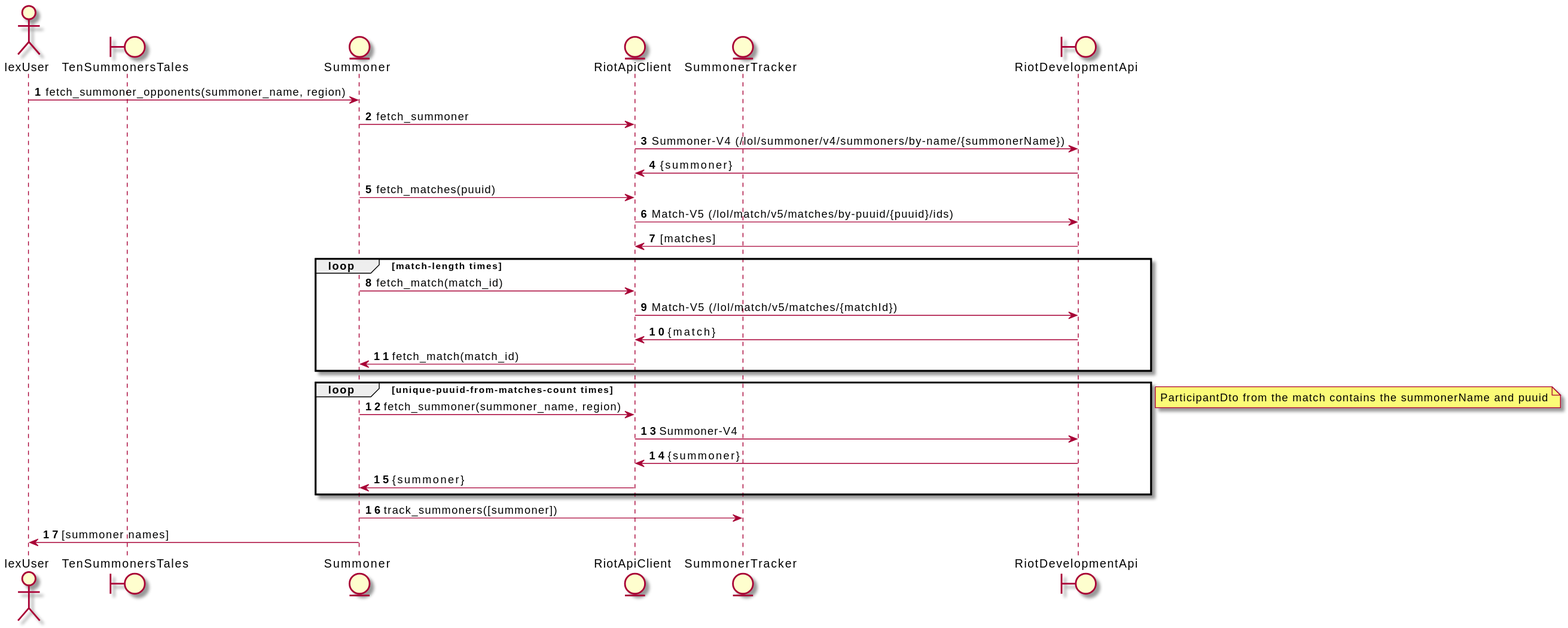
ciroque/ten_summoners_tales keeps this PlantUML diagram as docs/summoner_lookup_sequence.svg. Above is the earlier version. Its diagram source:
```plantuml
@startuml

autonumber

actor IexUser
boundary TenSummonersTales
entity Summoner
entity RiotApiClient
entity SummonerTracker
boundary RiotDevelopmentApi

IexUser -> Summoner : fetch_summoner_opponents(summoner_name, region)
Summoner -> RiotApiClient : fetch_summoner
RiotApiClient -> RiotDevelopmentApi : Summoner-V4 (/lol/summoner/v4/summoners/by-name/{summonerName})
RiotApiClient <- RiotDevelopmentApi : {summoner}
Summoner -> RiotApiClient : fetch_matches(puuid)
RiotApiClient -> RiotDevelopmentApi : Match-V5 (/lol/match/v5/matches/by-puuid/{puuid}/ids)
RiotApiClient <- RiotDevelopmentApi : [matches]

loop match-length times
  Summoner -> RiotApiClient : fetch_match(match_id)
  RiotApiClient -> RiotDevelopmentApi : Match-V5 (/lol/match/v5/matches/{matchId})
  RiotApiClient <- RiotDevelopmentApi : {match}
  Summoner <- RiotApiClient : fetch_match(match_id)
end

loop unique-puuid-from-matches-count times
  Summoner -> RiotApiClient : fetch_summoner(summoner_name, region)
  RiotApiClient -> RiotDevelopmentApi : Summoner-V4
  RiotApiClient <- RiotDevelopmentApi : {summoner}
  Summoner <- RiotApiClient : {summoner}
end
note left : ParticipantDto from the match contains the summonerName and puuid

Summoner -> SummonerTracker : track_summoners([summoner])

IexUser <- Summoner : [summoner names]

@enduml
```
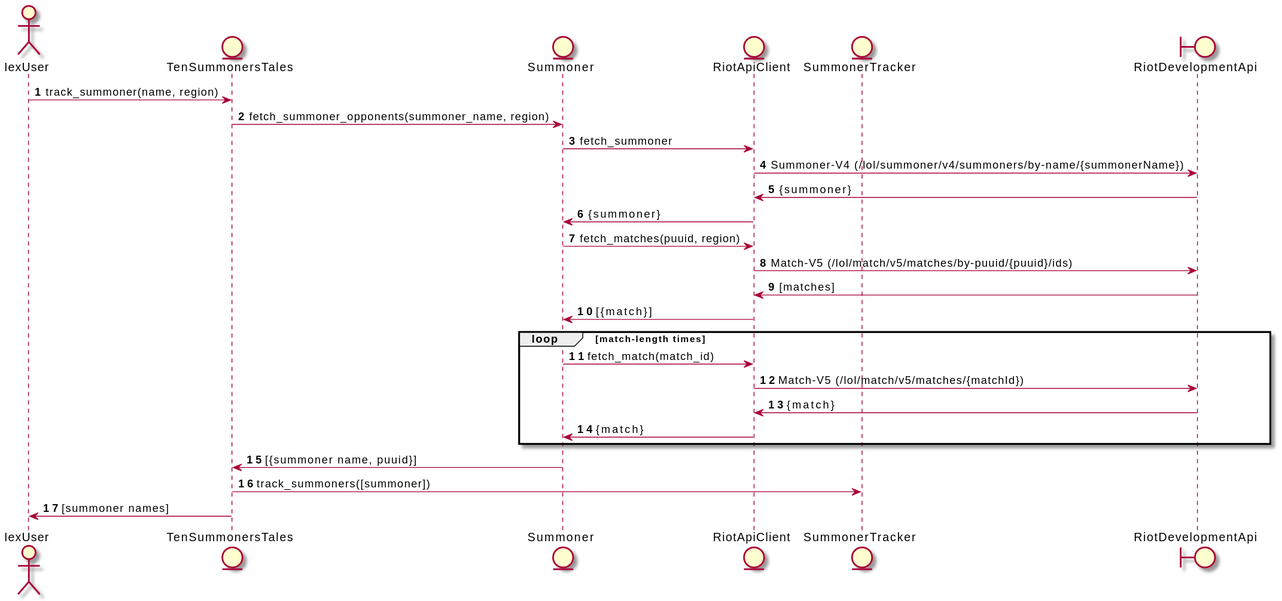
Above is the later version.

The edit, as a diff of the source:
```diff
@@ -3,37 +3,34 @@
 autonumber
 
 actor IexUser
-boundary TenSummonersTales
+entity TenSummonersTales
 entity Summoner
 entity RiotApiClient
 entity SummonerTracker
 boundary RiotDevelopmentApi
 
-IexUser -> Summoner : fetch_summoner_opponents(summoner_name, region)
+IexUser -> TenSummonersTales : track_summoner(name, region)
+TenSummonersTales -> Summoner : fetch_summoner_opponents(summoner_name, region)
 Summoner -> RiotApiClient : fetch_summoner
 RiotApiClient -> RiotDevelopmentApi : Summoner-V4 (/lol/summoner/v4/summoners/by-name/{summonerName})
 RiotApiClient <- RiotDevelopmentApi : {summoner}
-Summoner -> RiotApiClient : fetch_matches(puuid)
+Summoner <- RiotApiClient : {summoner}
+Summoner -> RiotApiClient : fetch_matches(puuid, region)
 RiotApiClient -> RiotDevelopmentApi : Match-V5 (/lol/match/v5/matches/by-puuid/{puuid}/ids)
 RiotApiClient <- RiotDevelopmentApi : [matches]
+Summoner <- RiotApiClient : [{match}]
 
 loop match-length times
   Summoner -> RiotApiClient : fetch_match(match_id)
   RiotApiClient -> RiotDevelopmentApi : Match-V5 (/lol/match/v5/matches/{matchId})
   RiotApiClient <- RiotDevelopmentApi : {match}
-  Summoner <- RiotApiClient : fetch_match(match_id)
+  Summoner <- RiotApiClient : {match}
 end
 
-loop unique-puuid-from-matches-count times
-  Summoner -> RiotApiClient : fetch_summoner(summoner_name, region)
-  RiotApiClient -> RiotDevelopmentApi : Summoner-V4
-  RiotApiClient <- RiotDevelopmentApi : {summoner}
-  Summoner <- RiotApiClient : {summoner}
-end
-note left : ParticipantDto from the match contains the summonerName and puuid
+TenSummonersTales <- Summoner : [{summoner name, puuid}]
 
-Summoner -> SummonerTracker : track_summoners([summoner])
+TenSummonersTales -> SummonerTracker : track_summoners([summoner])
 
-IexUser <- Summoner : [summoner names]
+IexUser <- TenSummonersTales : [summoner names]
 
 @enduml
```
